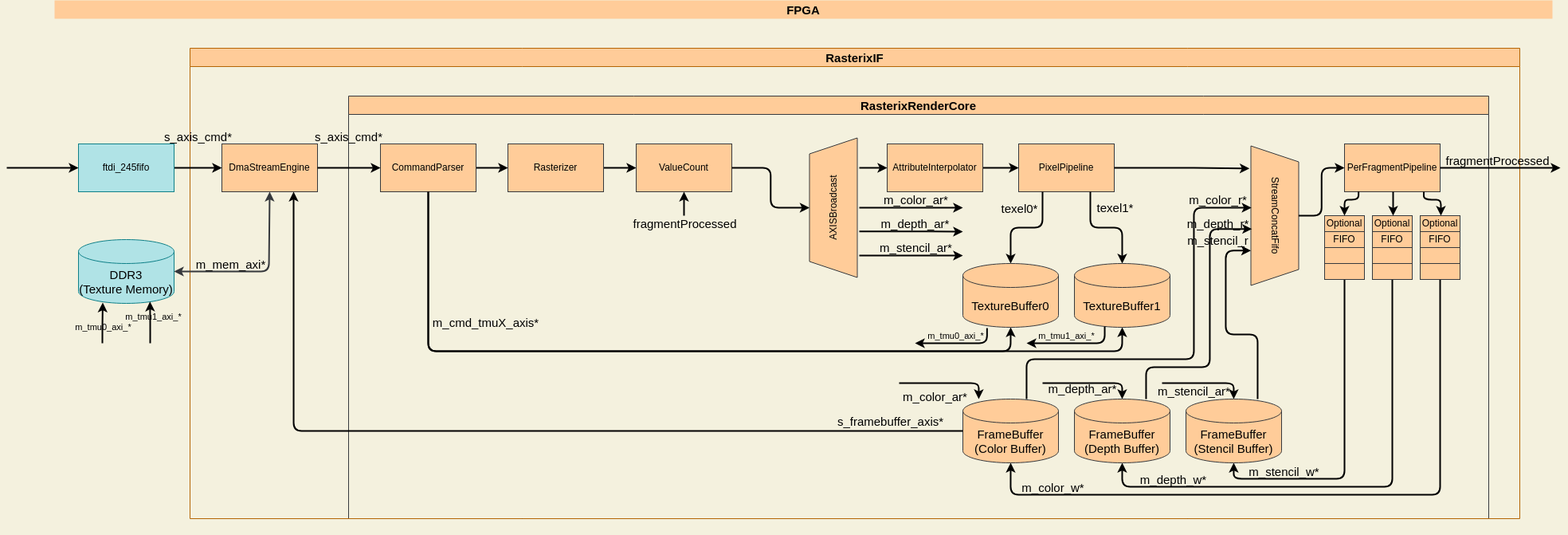
Before: pictures/fpgaFlow.drawio.png, a diagram exported from draw.io (ToNi3141/Rasterix). Source tidied: cells renumbered, new cells last; positions are measured from the earlier drawing's top-left corner, leaving out a move shared by most shapes.
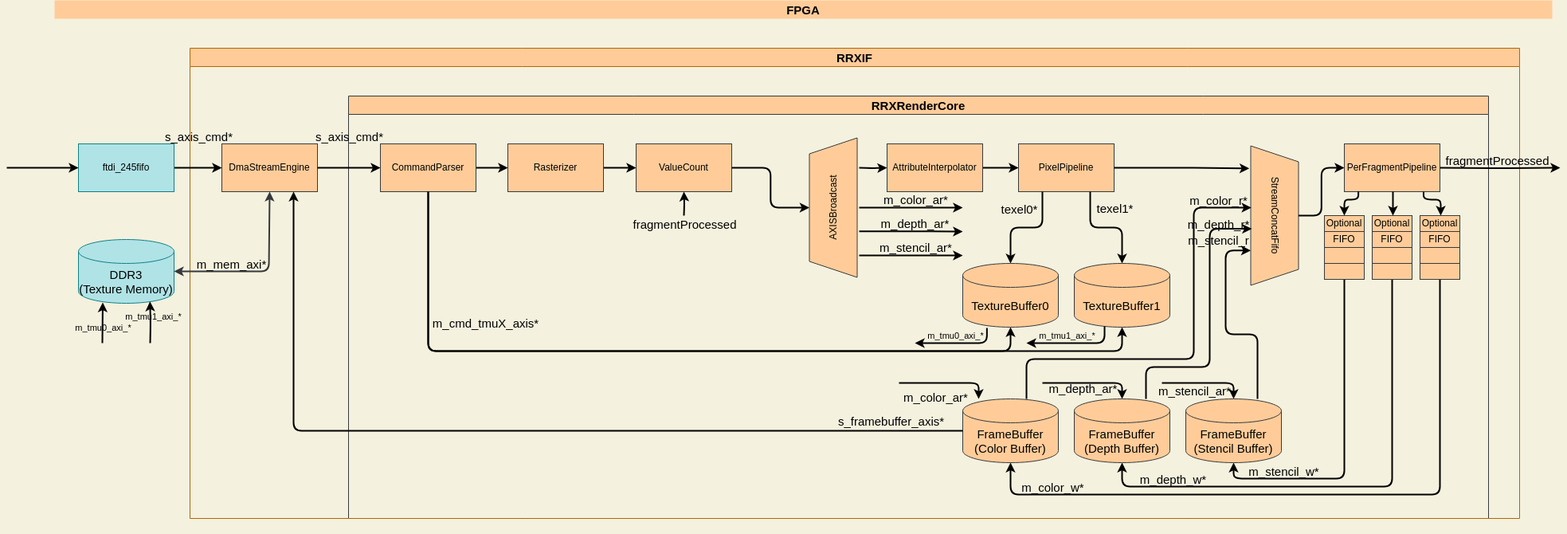
The same diagram one commit later.

Change to the diagram source:
```diff
@@ -5,7 +5,7 @@
     <mxCell id="2" value="FPGA" style="swimlane;labelBackgroundColor=none;fontSize=15;fillColor=#ffcc99;strokeColor=none;fontColor=#000000;" parent="1" vertex="1">
       <mxGeometry x="60" width="1880" height="670" as="geometry" />
     </mxCell>
-    <mxCell id="3" value="RasterixRenderCore" style="swimlane;labelBackgroundColor=none;fontSize=15;fillColor=#ffcc99;strokeColor=#36393d;fontColor=#000000;" parent="2" vertex="1">
+    <mxCell id="3" value="RRXRenderCore" style="swimlane;labelBackgroundColor=none;fontSize=15;fillColor=#ffcc99;strokeColor=#36393d;fontColor=#000000;" parent="2" vertex="1">
       <mxGeometry x="369" y="120" width="1431" height="530" as="geometry" />
     </mxCell>
     <mxCell id="4" style="edgeStyle=orthogonalEdgeStyle;html=1;exitX=1;exitY=0.5;exitDx=0;exitDy=0;labelBackgroundColor=none;fontSize=15;fontColor=#000000;startArrow=none;startFill=0;strokeColor=#000000;strokeWidth=2;" parent="3" edge="1" source="5" target="7">
@@ -20,7 +20,7 @@
     <mxCell id="7" value="Rasterizer" style="rounded=0;whiteSpace=wrap;html=1;fillColor=#ffcc99;strokeColor=#36393d;fontColor=#000000;" parent="3" vertex="1">
       <mxGeometry x="200" y="60" width="120" height="60" as="geometry" />
     </mxCell>
-    <mxCell id="8" value="RasterixIF" style="swimlane;fillColor=#FFCC99;strokeColor=#b46504;fontColor=#000000;fontSize=15;startSize=23;" parent="3" vertex="1">
+    <mxCell id="8" value="RRXIF" style="swimlane;fillColor=#FFCC99;strokeColor=#b46504;fontColor=#000000;fontSize=15;startSize=23;" parent="3" vertex="1">
       <mxGeometry x="-199" y="-60" width="1669" height="590" as="geometry" />
     </mxCell>
     <mxCell id="9" value="FrameBuffer&lt;br&gt;(Stencil Buffer)" style="shape=cylinder3;whiteSpace=wrap;html=1;boundedLbl=1;backgroundOutline=1;size=15;labelBackgroundColor=none;fontSize=15;fillColor=#ffcc99;strokeColor=#36393d;fontColor=#000000;" parent="8" vertex="1">
```
